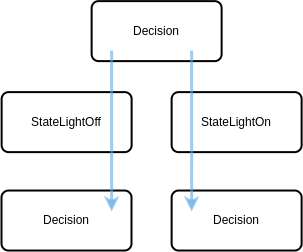
This is examples-platformIO/ultrasonic-light/assets/path-statechart.png from guimaraaes/cutes, a draw.io export, as it was before one commit. Source tidied: cells renumbered, new cells last; positions are measured from the earlier drawing's top-left corner, leaving out a move shared by most shapes. Source of this version:
```xml
<mxGraphModel>
  <root>
    <mxCell id="0" />
    <mxCell id="1" parent="0" />
    <mxCell id="2" value="Decision" style="rounded=1;whiteSpace=wrap;html=1;absoluteArcSize=1;arcSize=14;strokeWidth=2;" parent="1" vertex="1">
      <mxGeometry y="189" width="130" height="60" as="geometry" />
    </mxCell>
    <mxCell id="3" value="Decision" style="rounded=1;whiteSpace=wrap;html=1;absoluteArcSize=1;arcSize=14;strokeWidth=2;" parent="1" vertex="1">
      <mxGeometry x="170.1" y="189" width="130" height="60" as="geometry" />
    </mxCell>
    <mxCell id="4" value="Decision" style="rounded=1;whiteSpace=wrap;html=1;absoluteArcSize=1;arcSize=14;strokeWidth=2;" parent="1" vertex="1">
      <mxGeometry x="90.1" y="-0.4" width="130" height="60" as="geometry" />
    </mxCell>
    <mxCell id="5" value="StateLightOff" style="rounded=1;whiteSpace=wrap;html=1;absoluteArcSize=1;arcSize=14;strokeWidth=2;" parent="1" vertex="1">
      <mxGeometry x="0.1" y="90.6" width="130" height="60" as="geometry" />
    </mxCell>
    <mxCell id="6" value="StateLightOn" style="rounded=1;whiteSpace=wrap;html=1;absoluteArcSize=1;arcSize=14;strokeWidth=2;" parent="1" vertex="1">
      <mxGeometry x="170.1" y="90.6" width="130" height="60" as="geometry" />
    </mxCell>
    <mxCell id="7" style="endArrow=classic;html=1;rounded=0;fillColor=#dae8fc;strokeColor=#63a8df;strokeWidth=3;opacity=60;" parent="1" edge="1">
      <mxGeometry relative="1" as="geometry">
        <mxPoint x="110.1" y="49.1" as="sourcePoint" />
        <mxPoint x="110.1" y="210" as="targetPoint" />
      </mxGeometry>
    </mxCell>
    <mxCell id="8" style="endArrow=classic;html=1;rounded=0;fillColor=#dae8fc;strokeColor=#63a8df;strokeWidth=3;opacity=60;entryX=0.154;entryY=0.35;entryDx=0;entryDy=0;entryPerimeter=0;" parent="1" edge="1" target="3">
      <mxGeometry relative="1" as="geometry">
        <mxPoint x="190.1" y="49.1" as="sourcePoint" />
      </mxGeometry>
    </mxCell>
  </root>
</mxGraphModel>
```
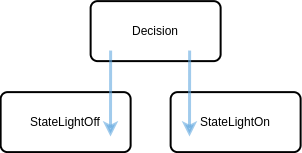
Above is the later version.

Commit message:
refactor: update path-statechart examples

Change to the diagram source:
```diff
@@ -3,30 +3,25 @@
     <mxCell id="0" />
     <mxCell id="1" parent="0" />
     <mxCell id="2" value="Decision" style="rounded=1;whiteSpace=wrap;html=1;absoluteArcSize=1;arcSize=14;strokeWidth=2;" parent="1" vertex="1">
-      <mxGeometry y="189" width="130" height="60" as="geometry" />
+      <mxGeometry x="90.1" y="-0.4" width="130" height="60" as="geometry" />
     </mxCell>
-    <mxCell id="3" value="Decision" style="rounded=1;whiteSpace=wrap;html=1;absoluteArcSize=1;arcSize=14;strokeWidth=2;" parent="1" vertex="1">
-      <mxGeometry x="170.1" y="189" width="130" height="60" as="geometry" />
+    <mxCell id="3" value="StateLightOff" style="rounded=1;whiteSpace=wrap;html=1;absoluteArcSize=1;arcSize=14;strokeWidth=2;" parent="1" vertex="1">
+      <mxGeometry x="0.1" y="90.6" width="130" height="60" as="geometry" />
     </mxCell>
-    <mxCell id="4" value="Decision" style="rounded=1;whiteSpace=wrap;html=1;absoluteArcSize=1;arcSize=14;strokeWidth=2;" parent="1" vertex="1">
-      <mxGeometry x="90.1" y="-0.4" width="130" height="60" as="geometry" />
+    <mxCell id="4" value="StateLightOn" style="rounded=1;whiteSpace=wrap;html=1;absoluteArcSize=1;arcSize=14;strokeWidth=2;" parent="1" vertex="1">
+      <mxGeometry x="170.1" y="90.6" width="130" height="60" as="geometry" />
     </mxCell>
-    <mxCell id="5" value="StateLightOff" style="rounded=1;whiteSpace=wrap;html=1;absoluteArcSize=1;arcSize=14;strokeWidth=2;" parent="1" vertex="1">
-      <mxGeometry x="0.1" y="90.6" width="130" height="60" as="geometry" />
+    <mxCell id="5" style="endArrow=classic;html=1;rounded=0;fillColor=#dae8fc;strokeColor=#63a8df;strokeWidth=3;opacity=60;" parent="1" edge="1">
+      <mxGeometry relative="1" as="geometry">
+        <mxPoint x="110.1" y="49.1" as="sourcePoint" />
+        <mxPoint x="110" y="135" as="targetPoint" />
+      </mxGeometry>
     </mxCell>
-    <mxCell id="6" value="StateLightOn" style="rounded=1;whiteSpace=wrap;html=1;absoluteArcSize=1;arcSize=14;strokeWidth=2;" parent="1" vertex="1">
-      <mxGeometry x="170.1" y="90.6" width="130" height="60" as="geometry" />
+    <mxCell id="6" style="endArrow=classic;html=1;rounded=0;fillColor=#dae8fc;strokeColor=#63a8df;strokeWidth=3;opacity=60;" parent="1" edge="1">
+      <mxGeometry relative="1" as="geometry">
+        <mxPoint x="189.1" y="49.1" as="sourcePoint" />
+        <mxPoint x="189" y="135" as="targetPoint" />
+      </mxGeometry>
     </mxCell>
-    <mxCell id="7" style="endArrow=classic;html=1;rounded=0;fillColor=#dae8fc;strokeColor=#63a8df;strokeWidth=3;opacity=60;" parent="1" edge="1">
-      <mxGeometry relative="1" as="geometry">
-        <mxPoint x="110.1" y="49.1" as="sourcePoint" />
-        <mxPoint x="110.1" y="210" as="targetPoint" />
-      </mxGeometry>
-    </mxCell>
-    <mxCell id="8" style="endArrow=classic;html=1;rounded=0;fillColor=#dae8fc;strokeColor=#63a8df;strokeWidth=3;opacity=60;entryX=0.154;entryY=0.35;entryDx=0;entryDy=0;entryPerimeter=0;" parent="1" edge="1" target="3">
-      <mxGeometry relative="1" as="geometry">
-        <mxPoint x="190.1" y="49.1" as="sourcePoint" />
-      </mxGeometry>
-    </mxCell>
   </root>
 </mxGraphModel>
```
